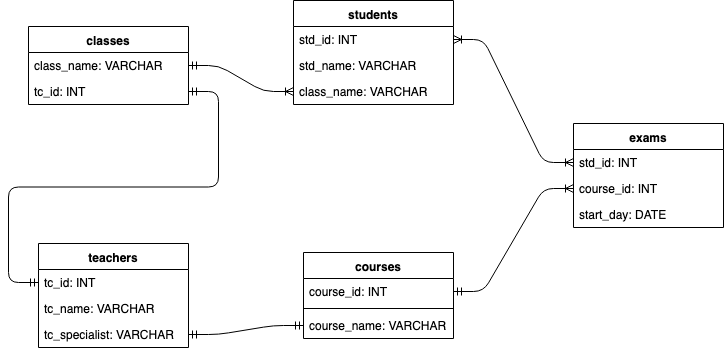
This is school_management.png from ThaiNguyen-wakumo/Newbie, a draw.io export, as it was before one commit. Source tidied: cells renumbered, new cells last; positions are measured from the earlier drawing's top-left corner, leaving out a move shared by most shapes.
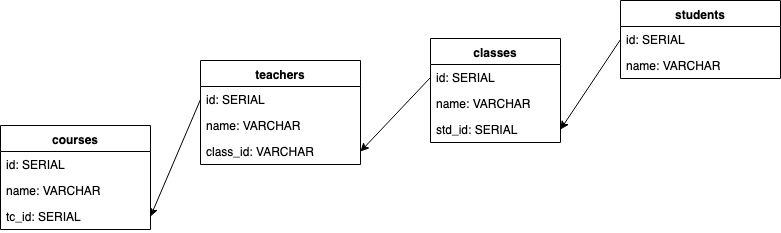
After the change.

Change to the diagram source:
```diff
@@ -3,76 +3,58 @@
     <mxCell id="0" />
     <mxCell id="1" parent="0" />
     <mxCell id="2" value="students" style="swimlane;fontStyle=1;align=center;verticalAlign=top;horizontal=1;startSize=26;" parent="1" vertex="1">
-      <mxGeometry x="265" width="160" height="104" as="geometry" />
+      <mxGeometry x="555" y="-25" width="160" height="78" as="geometry" />
     </mxCell>
-    <mxCell id="3" value="std_id: INT" style="text;strokeColor=none;fillColor=none;align=left;verticalAlign=top;spacingLeft=4;spacingRight=4;overflow=hidden;points=[[0,0.5],[1,0.5]];portConstraint=eastwest;" parent="2" vertex="1">
+    <mxCell id="3" value="id: SERIAL" style="text;strokeColor=none;fillColor=none;align=left;verticalAlign=top;spacingLeft=4;spacingRight=4;overflow=hidden;points=[[0,0.5],[1,0.5]];portConstraint=eastwest;" parent="2" vertex="1">
       <mxGeometry y="26" width="160" height="26" as="geometry" />
     </mxCell>
-    <mxCell id="4" value="std_name: VARCHAR" style="text;strokeColor=none;fillColor=none;align=left;verticalAlign=top;spacingLeft=4;spacingRight=4;overflow=hidden;" parent="2" vertex="1">
+    <mxCell id="4" value="name: VARCHAR" style="text;strokeColor=none;fillColor=none;align=left;verticalAlign=top;spacingLeft=4;spacingRight=4;overflow=hidden;" parent="2" vertex="1">
       <mxGeometry y="52" width="160" height="26" as="geometry" />
     </mxCell>
-    <mxCell id="5" value="class_name: VARCHAR" style="text;strokeColor=none;fillColor=none;align=left;verticalAlign=top;spacingLeft=4;spacingRight=4;overflow=hidden;points=[[0,0.5],[1,0.5]];portConstraint=eastwest;" parent="2" vertex="1">
-      <mxGeometry y="78" width="160" height="26" as="geometry" />
-    </mxCell>
     <mxCell id="6" value="teachers" style="swimlane;fontStyle=1;align=center;verticalAlign=top;horizontal=1;startSize=26;" parent="1" vertex="1">
-      <mxGeometry x="10" y="243" width="150" height="104" as="geometry" />
+      <mxGeometry x="135" y="35" width="160" height="104" as="geometry" />
     </mxCell>
-    <mxCell id="7" value="tc_id: INT" style="text;strokeColor=none;fillColor=none;align=left;verticalAlign=top;spacingLeft=4;spacingRight=4;overflow=hidden;points=[[0,0.5],[1,0.5]];portConstraint=eastwest;" parent="6" vertex="1">
-      <mxGeometry y="26" width="150" height="26" as="geometry" />
+    <mxCell id="7" value="id: SERIAL" style="text;strokeColor=none;fillColor=none;align=left;verticalAlign=top;spacingLeft=4;spacingRight=4;overflow=hidden;points=[[0,0.5],[1,0.5]];portConstraint=eastwest;" parent="6" vertex="1">
+      <mxGeometry y="26" width="160" height="26" as="geometry" />
     </mxCell>
-    <mxCell id="8" value="tc_name: VARCHAR" style="text;strokeColor=none;fillColor=none;align=left;verticalAlign=top;spacingLeft=4;spacingRight=4;overflow=hidden;" parent="6" vertex="1">
-      <mxGeometry y="52" width="150" height="26" as="geometry" />
+    <mxCell id="8" value="name: VARCHAR" style="text;strokeColor=none;fillColor=none;align=left;verticalAlign=top;spacingLeft=4;spacingRight=4;overflow=hidden;" parent="6" vertex="1">
+      <mxGeometry y="52" width="160" height="26" as="geometry" />
     </mxCell>
-    <mxCell id="9" value="tc_specialist: VARCHAR" style="text;strokeColor=none;fillColor=none;align=left;verticalAlign=top;spacingLeft=4;spacingRight=4;overflow=hidden;points=[[0,0.5],[1,0.5]];portConstraint=eastwest;" parent="6" vertex="1">
-      <mxGeometry y="78" width="150" height="26" as="geometry" />
-    </mxCell>
+    <mxCell id="26" value="class_id: VARCHAR" style="text;strokeColor=none;fillColor=none;align=left;verticalAlign=top;spacingLeft=4;spacingRight=4;overflow=hidden;points=[[0,0.5],[1,0.5]];portConstraint=eastwest;" parent="6" vertex="1">
+      <mxGeometry y="78" width="160" height="26" as="geometry" />
+    </mxCell>
     <mxCell id="10" value="classes" style="swimlane;fontStyle=1;align=center;verticalAlign=top;horizontal=1;startSize=26;" parent="1" vertex="1">
-      <mxGeometry y="26" width="160" height="78" as="geometry" />
+      <mxGeometry x="365" y="13" width="130" height="104" as="geometry" />
     </mxCell>
+    <mxCell id="27" value="id: SERIAL" style="text;strokeColor=none;fillColor=none;align=left;verticalAlign=top;spacingLeft=4;spacingRight=4;overflow=hidden;points=[[0,0.5],[1,0.5]];portConstraint=eastwest;" parent="10" vertex="1">
+      <mxGeometry y="26" width="130" height="26" as="geometry" />
+    </mxCell>
-    <mxCell id="11" value="class_name: VARCHAR" style="text;strokeColor=none;fillColor=none;align=left;verticalAlign=top;spacingLeft=4;spacingRight=4;overflow=hidden;points=[[0,0.5],[1,0.5]];portConstraint=eastwest;" parent="10" vertex="1">
-      <mxGeometry y="26" width="160" height="26" as="geometry" />
+    <mxCell id="11" value="name: VARCHAR" style="text;strokeColor=none;fillColor=none;align=left;verticalAlign=top;spacingLeft=4;spacingRight=4;overflow=hidden;points=[[0,0.5],[1,0.5]];portConstraint=eastwest;" parent="10" vertex="1">
+      <mxGeometry y="52" width="130" height="26" as="geometry" />
     </mxCell>
-    <mxCell id="12" value="tc_id: INT" style="text;strokeColor=none;fillColor=none;align=left;verticalAlign=top;spacingLeft=4;spacingRight=4;overflow=hidden;points=[[0,0.5],[1,0.5]];portConstraint=eastwest;" parent="10" vertex="1">
-      <mxGeometry y="52" width="160" height="26" as="geometry" />
+    <mxCell id="12" value="std_id: SERIAL" style="text;strokeColor=none;fillColor=none;align=left;verticalAlign=top;spacingLeft=4;spacingRight=4;overflow=hidden;points=[[0,0.5],[1,0.5]];portConstraint=eastwest;" parent="10" vertex="1">
+      <mxGeometry y="78" width="130" height="26" as="geometry" />
     </mxCell>
     <mxCell id="13" value="courses" style="swimlane;fontStyle=1;align=center;verticalAlign=top;horizontal=1;startSize=26;" parent="1" vertex="1">
-      <mxGeometry x="275" y="252" width="150" height="86" as="geometry" />
+      <mxGeometry x="-65" y="100" width="150" height="104" as="geometry" />
     </mxCell>
-    <mxCell id="14" value="course_id: INT" style="text;strokeColor=none;fillColor=none;align=left;verticalAlign=top;spacingLeft=4;spacingRight=4;overflow=hidden;points=[[0,0.5],[1,0.5]];portConstraint=eastwest;" parent="13" vertex="1">
+    <mxCell id="14" value="id: SERIAL" style="text;strokeColor=none;fillColor=none;align=left;verticalAlign=top;spacingLeft=4;spacingRight=4;overflow=hidden;points=[[0,0.5],[1,0.5]];portConstraint=eastwest;" parent="13" vertex="1">
       <mxGeometry y="26" width="150" height="26" as="geometry" />
     </mxCell>
-    <mxCell id="15" style="line;strokeWidth=1;fillColor=none;align=left;verticalAlign=middle;spacingTop=-1;spacingLeft=3;spacingRight=3;labelPosition=right;" parent="13" vertex="1">
-      <mxGeometry y="52" width="150" height="8" as="geometry" />
-    </mxCell>
-    <mxCell id="16" value="course_name: VARCHAR" style="text;strokeColor=none;fillColor=none;align=left;verticalAlign=top;spacingLeft=4;spacingRight=4;overflow=hidden;points=[[0,0.5],[1,0.5]];portConstraint=eastwest;" parent="13" vertex="1">
-      <mxGeometry y="60" width="150" height="26" as="geometry" />
+    <mxCell id="16" value="name: VARCHAR" style="text;strokeColor=none;fillColor=none;align=left;verticalAlign=top;spacingLeft=4;spacingRight=4;overflow=hidden;points=[[0,0.5],[1,0.5]];portConstraint=eastwest;" parent="13" vertex="1">
+      <mxGeometry y="52" width="150" height="26" as="geometry" />
     </mxCell>
-    <mxCell id="17" style="edgeStyle=entityRelationEdgeStyle;fontSize=12;html=1;endArrow=ERoneToMany;startArrow=ERmandOne;entryX=0;entryY=0.5;entryDx=0;entryDy=0;" parent="1" edge="1" source="14" target="20">
-      <mxGeometry relative="1" as="geometry" />
-    </mxCell>
-    <mxCell id="18" value="exams" style="swimlane;fontStyle=1;align=center;verticalAlign=top;horizontal=1;startSize=26;" parent="1" vertex="1">
-      <mxGeometry x="545" y="123" width="150" height="104" as="geometry" />
-    </mxCell>
-    <mxCell id="19" value="std_id: INT" style="text;strokeColor=none;fillColor=none;align=left;verticalAlign=top;spacingLeft=4;spacingRight=4;overflow=hidden;points=[[0,0.5],[1,0.5]];portConstraint=eastwest;" parent="18" vertex="1">
-      <mxGeometry y="26" width="150" height="26" as="geometry" />
-    </mxCell>
-    <mxCell id="20" value="course_id: INT" style="text;strokeColor=none;fillColor=none;align=left;verticalAlign=top;spacingLeft=4;spacingRight=4;overflow=hidden;points=[[0,0.5],[1,0.5]];portConstraint=eastwest;" parent="18" vertex="1">
-      <mxGeometry y="52" width="150" height="26" as="geometry" />
-    </mxCell>
-    <mxCell id="21" value="start_day: DATE" style="text;strokeColor=none;fillColor=none;align=left;verticalAlign=top;spacingLeft=4;spacingRight=4;overflow=hidden;" parent="18" vertex="1">
-      <mxGeometry y="78" width="150" height="26" as="geometry" />
-    </mxCell>
-    <mxCell id="22" style="edgeStyle=entityRelationEdgeStyle;fontSize=12;html=1;endArrow=ERmandOne;startArrow=ERmandOne;entryX=0;entryY=0.5;entryDx=0;entryDy=0;exitX=1;exitY=0.5;exitDx=0;exitDy=0;" parent="1" edge="1" source="9" target="16">
-      <mxGeometry relative="1" as="geometry" />
-    </mxCell>
-    <mxCell id="23" style="edgeStyle=entityRelationEdgeStyle;fontSize=12;html=1;endArrow=ERoneToMany;startArrow=ERmandOne;entryX=0;entryY=0.5;entryDx=0;entryDy=0;exitX=1;exitY=0.5;exitDx=0;exitDy=0;" parent="1" edge="1" source="11" target="5">
-      <mxGeometry relative="1" as="geometry" />
-    </mxCell>
-    <mxCell id="24" style="edgeStyle=entityRelationEdgeStyle;fontSize=12;html=1;endArrow=ERmandOne;startArrow=ERmandOne;entryX=0;entryY=0.5;entryDx=0;entryDy=0;exitX=1;exitY=0.5;exitDx=0;exitDy=0;" parent="1" edge="1" source="12" target="7">
-      <mxGeometry relative="1" as="geometry" />
-    </mxCell>
-    <mxCell id="25" style="edgeStyle=entityRelationEdgeStyle;fontSize=12;html=1;endArrow=ERoneToMany;startArrow=ERoneToMany;entryX=0;entryY=0.5;entryDx=0;entryDy=0;exitX=1;exitY=0.5;exitDx=0;exitDy=0;" parent="1" edge="1" source="3" target="19">
-      <mxGeometry relative="1" as="geometry" />
-    </mxCell>
+    <mxCell id="28" value="tc_id: SERIAL" style="text;strokeColor=none;fillColor=none;align=left;verticalAlign=top;spacingLeft=4;spacingRight=4;overflow=hidden;points=[[0,0.5],[1,0.5]];portConstraint=eastwest;" parent="13" vertex="1">
+      <mxGeometry y="78" width="150" height="26" as="geometry" />
+    </mxCell>
+    <mxCell id="29" style="endArrow=classic;html=1;exitX=0;exitY=0.5;exitDx=0;exitDy=0;entryX=1;entryY=0.5;entryDx=0;entryDy=0;" parent="1" edge="1" source="3" target="12">
+      <mxGeometry relative="1" as="geometry" />
+    </mxCell>
+    <mxCell id="30" style="endArrow=classic;html=1;exitX=0;exitY=0.5;exitDx=0;exitDy=0;entryX=1;entryY=0.5;entryDx=0;entryDy=0;" parent="1" edge="1" source="27" target="26">
+      <mxGeometry relative="1" as="geometry" />
+    </mxCell>
+    <mxCell id="31" style="endArrow=classic;html=1;exitX=0;exitY=0.5;exitDx=0;exitDy=0;entryX=1;entryY=0.5;entryDx=0;entryDy=0;" parent="1" edge="1" source="7" target="28">
+      <mxGeometry relative="1" as="geometry" />
+    </mxCell>
   </root>
 </mxGraphModel>
```
